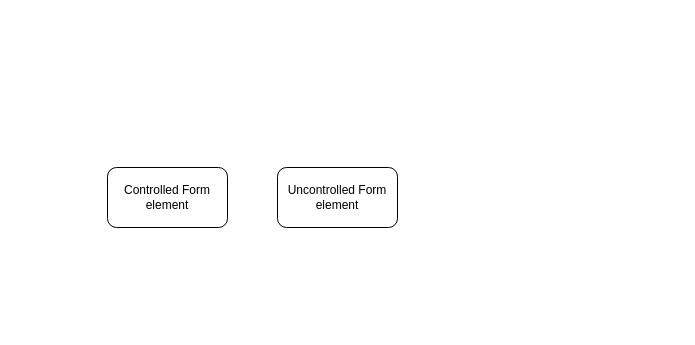
Earlier version of the draw.io diagram My Articles/react/React Form.drawio (anbarasan-raji/books). Source tidied: cells renumbered, new cells numbered last; positions are measured from the earlier drawing's top-left corner, leaving out a move shared by most shapes. Both pictures are drawn from the tidied source at 100%, with x=0, y=0 at pixel (107, 167).
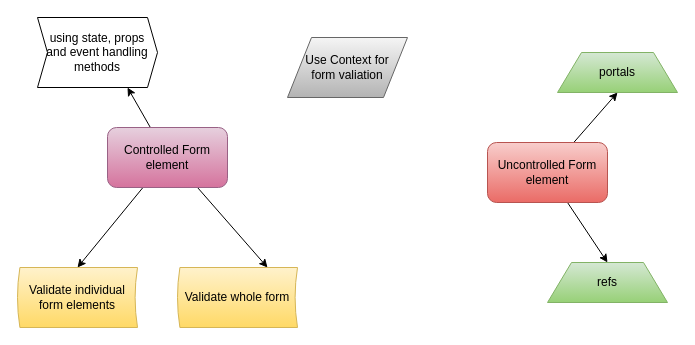
The same page after the edit.

What changed in the source:
```diff
@@
 <mxGraphModel>
   <root>
     <mxCell id="0" />
     <mxCell id="1" parent="0" />
+    <mxCell id="4" style="edgeStyle=none;rounded=0;jettySize=auto;html=1;entryX=0.5;entryY=0;entryDx=0;entryDy=0;" parent="1" edge="1" source="2" target="10">
+      <mxGeometry relative="1" as="geometry" />
+    </mxCell>
+    <mxCell id="5" style="edgeStyle=none;rounded=0;jettySize=auto;html=1;exitX=0.75;exitY=1;exitDx=0;exitDy=0;entryX=0.75;entryY=0;entryDx=0;entryDy=0;" parent="1" edge="1" source="2" target="11">
+      <mxGeometry relative="1" as="geometry" />
+    </mxCell>
+    <mxCell id="6" style="edgeStyle=none;rounded=0;jettySize=auto;html=1;entryX=0.75;entryY=1;entryDx=0;entryDy=0;" parent="1" edge="1" source="2" target="14">
+      <mxGeometry relative="1" as="geometry" />
+    </mxCell>
-    <mxCell id="2" value="Controlled Form element" style="rounded=1;whiteSpace=wrap;html=1;" parent="1" vertex="1">
-      <mxGeometry width="120" height="60" as="geometry" />
+    <mxCell id="2" value="Controlled Form element" style="rounded=1;whiteSpace=wrap;html=1;gradientColor=#d5739d;fillColor=#e6d0de;strokeColor=#996185;" parent="1" vertex="1">
+      <mxGeometry y="-40" width="120" height="60" as="geometry" />
     </mxCell>
+    <mxCell id="7" style="edgeStyle=none;rounded=0;jettySize=auto;html=1;entryX=0.5;entryY=1;entryDx=0;entryDy=0;" parent="1" edge="1" source="3" target="12">
+      <mxGeometry relative="1" as="geometry" />
+    </mxCell>
+    <mxCell id="8" style="edgeStyle=none;rounded=0;jettySize=auto;html=1;entryX=0.5;entryY=0;entryDx=0;entryDy=0;" parent="1" edge="1" source="3" target="13">
+      <mxGeometry relative="1" as="geometry" />
+    </mxCell>
-    <mxCell id="3" value="Uncontrolled Form element" style="rounded=1;whiteSpace=wrap;html=1;" parent="1" vertex="1">
-      <mxGeometry x="170" width="120" height="60" as="geometry" />
+    <mxCell id="3" value="Uncontrolled Form element" style="rounded=1;whiteSpace=wrap;html=1;gradientColor=#ea6b66;fillColor=#f8cecc;strokeColor=#b85450;" parent="1" vertex="1">
+      <mxGeometry x="380" y="-25" width="120" height="60" as="geometry" />
     </mxCell>
+    <mxCell id="9" value="Use Context for &lt;br&gt;form valiation" style="shape=parallelogram;perimeter=parallelogramPerimeter;whiteSpace=wrap;html=1;gradientColor=#b3b3b3;fillColor=#f5f5f5;strokeColor=#666666;" parent="1" vertex="1">
+      <mxGeometry x="180" y="-130" width="120" height="60" as="geometry" />
+    </mxCell>
+    <mxCell id="10" value="Validate individual form elements" style="shape=dataStorage;whiteSpace=wrap;html=1;size=0.02;gradientColor=#ffd966;fillColor=#fff2cc;strokeColor=#d6b656;" parent="1" vertex="1">
+      <mxGeometry x="-90" y="100" width="120" height="60" as="geometry" />
+    </mxCell>
+    <mxCell id="11" value="Validate whole form" style="shape=dataStorage;whiteSpace=wrap;html=1;size=0.02;gradientColor=#ffd966;fillColor=#fff2cc;strokeColor=#d6b656;" parent="1" vertex="1">
+      <mxGeometry x="70" y="100" width="120" height="60" as="geometry" />
+    </mxCell>
+    <mxCell id="12" value="portals" style="shape=trapezoid;perimeter=trapezoidPerimeter;whiteSpace=wrap;html=1;gradientColor=#97d077;fillColor=#d5e8d4;strokeColor=#82b366;" parent="1" vertex="1">
+      <mxGeometry x="450" y="-115" width="120" height="40" as="geometry" />
+    </mxCell>
+    <mxCell id="13" value="refs" style="shape=trapezoid;perimeter=trapezoidPerimeter;whiteSpace=wrap;html=1;gradientColor=#97d077;fillColor=#d5e8d4;strokeColor=#82b366;" parent="1" vertex="1">
+      <mxGeometry x="440" y="95" width="120" height="40" as="geometry" />
+    </mxCell>
+    <mxCell id="14" value="using state, props and event handling methods" style="shape=step;perimeter=stepPerimeter;whiteSpace=wrap;html=1;fixedSize=1;size=10;" parent="1" vertex="1">
+      <mxGeometry x="-70" y="-150" width="120" height="70" as="geometry" />
+    </mxCell>
   </root>
 </mxGraphModel>
```
